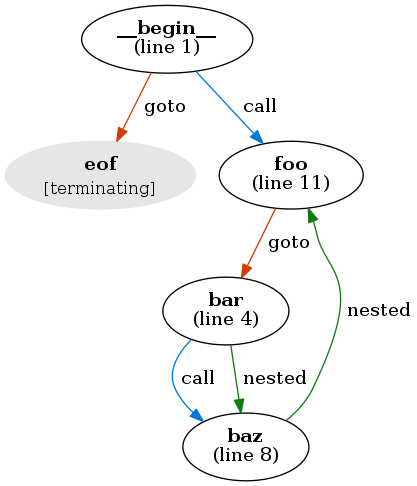
Earlier version of the Graphviz export examples/example1-noshowall.png (microsoft/cmd-call-graph). Its source is kept beside it as examples/example1-noshowall.dot. Its diagram source:
```dot
digraph g {
"__begin__" [label=<<b>__begin__</b><br/>(line 1)>]
"__begin__" -> "eof" [label=" goto",color="#d83b01"]
"__begin__" -> "foo" [label=" call",color="#0078d4"]
"bar" [label=<<b>bar</b><br/>(line 4)>]
"bar" -> "baz" [label=" call",color="#0078d4"]
"bar" -> "baz" [label=" nested",color="#107c10"]
"baz" [label=<<b>baz</b><br/>(line 8)>]
"baz" -> "foo" [label=" nested",color="#107c10"]
"eof" [color="#e6e6e6",style=filled,label=<<b>eof</b><br/><sub>[terminating]</sub>>]
"foo" [label=<<b>foo</b><br/>(line 11)>]
"foo" -> "bar" [label=" goto",color="#d83b01"]
}
```
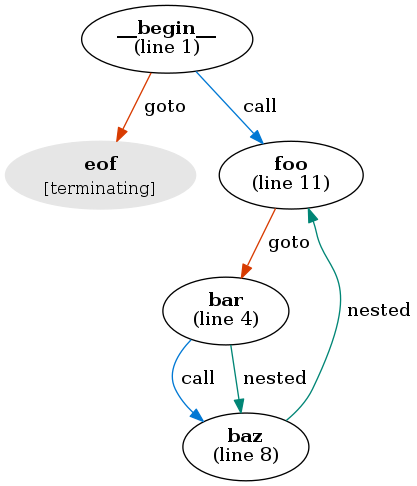
Later version of the same file.

What changed in the source:
```diff
@@ -4,9 +4,9 @@
 "__begin__" -> "foo" [label=" call",color="#0078d4"]
 "bar" [label=<<b>bar</b><br/>(line 4)>]
 "bar" -> "baz" [label=" call",color="#0078d4"]
-"bar" -> "baz" [label=" nested",color="#107c10"]
+"bar" -> "baz" [label=" nested",color="#008575"]
 "baz" [label=<<b>baz</b><br/>(line 8)>]
-"baz" -> "foo" [label=" nested",color="#107c10"]
+"baz" -> "foo" [label=" nested",color="#008575"]
 "eof" [color="#e6e6e6",style=filled,label=<<b>eof</b><br/><sub>[terminating]</sub>>]
 "foo" [label=<<b>foo</b><br/>(line 11)>]
 "foo" -> "bar" [label=" goto",color="#d83b01"]
```
